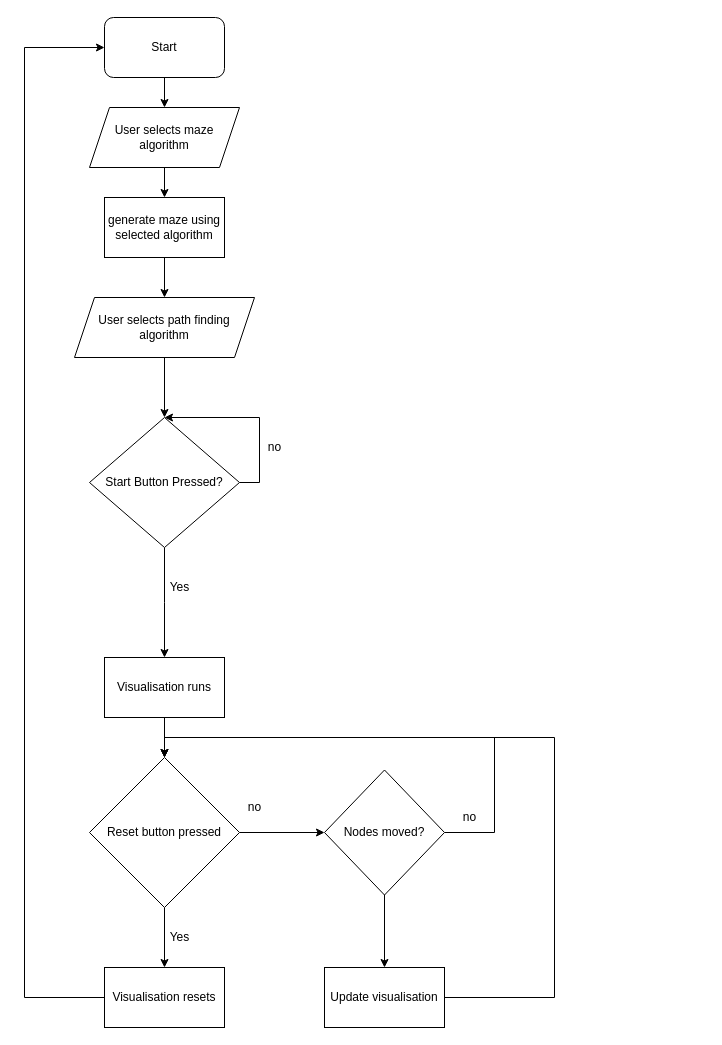
Before: documents/flowchard.drawio in olivertemple/nea, a draw.io diagram. Source tidied: cells renumbered, new cells numbered last; positions are measured from the earlier drawing's top-left corner, leaving out a move shared by most shapes. Both pictures are drawn from the tidied source at 100%, with x=0, y=0 at pixel (24, 17).
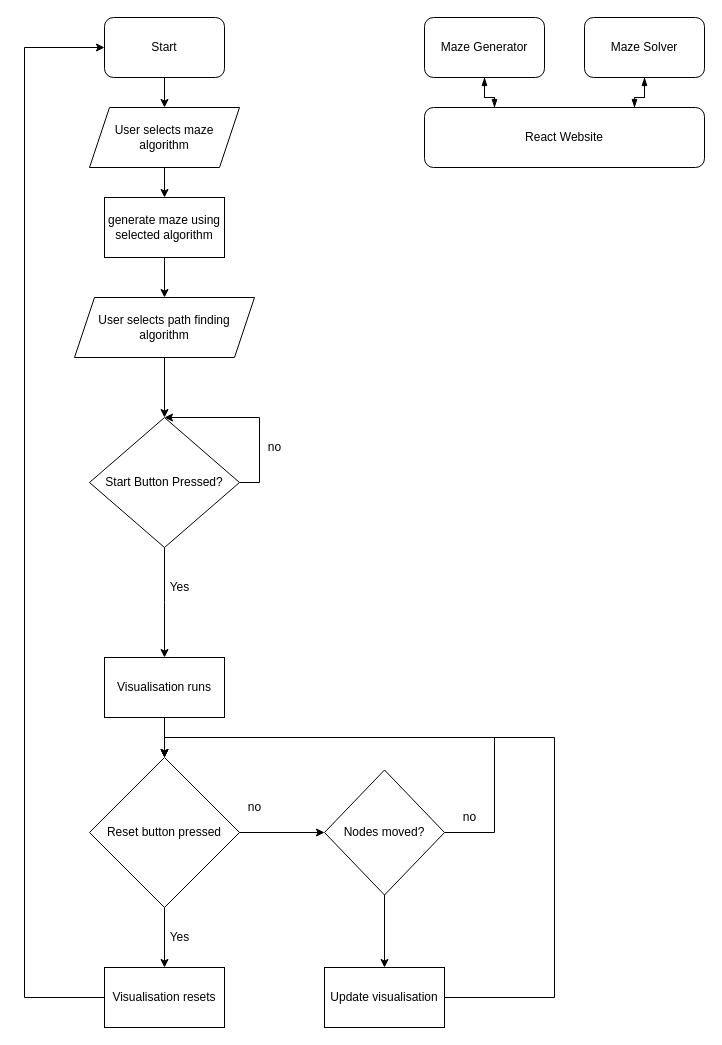
After the change.

What changed in the source:
```diff
@@
+    <mxCell id="30" value="Maze Generator" style="rounded=1;whiteSpace=wrap;html=1;" parent="1" vertex="1">
+      <mxGeometry x="400" width="120" height="60" as="geometry" />
+    </mxCell>
+    <mxCell id="31" value="Maze Solver" style="rounded=1;whiteSpace=wrap;html=1;" parent="1" vertex="1">
+      <mxGeometry x="560" width="120" height="60" as="geometry" />
+    </mxCell>
+    <mxCell id="32" value="React Website" style="rounded=1;whiteSpace=wrap;html=1;" parent="1" vertex="1">
+      <mxGeometry x="400" y="90" width="280" height="60" as="geometry" />
+    </mxCell>
+    <mxCell id="33" style="edgeStyle=orthogonalEdgeStyle;jettySize=auto;html=1;exitX=0.25;exitY=0;exitDx=0;exitDy=0;entryX=0.5;entryY=1;entryDx=0;entryDy=0;endArrow=blockThin;endFill=1;rounded=0;" parent="1" edge="1" source="32" target="30">
+      <mxGeometry relative="1" as="geometry">
+        <Array as="points">
+          <mxPoint x="470" y="80" />
+          <mxPoint x="460" y="80" />
+        </Array>
+      </mxGeometry>
+    </mxCell>
+    <mxCell id="34" style="edgeStyle=orthogonalEdgeStyle;jettySize=auto;html=1;exitX=0.5;exitY=1;exitDx=0;exitDy=0;endArrow=blockThin;endFill=1;rounded=0;entryX=0.25;entryY=0;entryDx=0;entryDy=0;" parent="1" edge="1" source="30" target="32">
+      <mxGeometry relative="1" as="geometry">
+        <Array as="points">
+          <mxPoint x="460" y="80" />
+          <mxPoint x="470" y="80" />
+        </Array>
+      </mxGeometry>
+    </mxCell>
+    <mxCell id="35" style="edgeStyle=orthogonalEdgeStyle;jettySize=auto;html=1;endArrow=blockThin;endFill=1;rounded=0;entryX=0.75;entryY=0;entryDx=0;entryDy=0;exitX=0.5;exitY=1;exitDx=0;exitDy=0;" parent="1" edge="1" source="31" target="32">
+      <mxGeometry relative="1" as="geometry">
+        <Array as="points">
+          <mxPoint x="620" y="80" />
+          <mxPoint x="610" y="80" />
+        </Array>
+      </mxGeometry>
+    </mxCell>
+    <mxCell id="36" style="edgeStyle=orthogonalEdgeStyle;jettySize=auto;html=1;endArrow=blockThin;endFill=1;rounded=0;entryX=0.5;entryY=1;entryDx=0;entryDy=0;exitX=0.75;exitY=0;exitDx=0;exitDy=0;" parent="1" edge="1" source="32" target="31">
+      <mxGeometry relative="1" as="geometry">
+        <Array as="points">
+          <mxPoint x="610" y="80" />
+          <mxPoint x="620" y="80" />
+        </Array>
+      </mxGeometry>
+    </mxCell>
```
